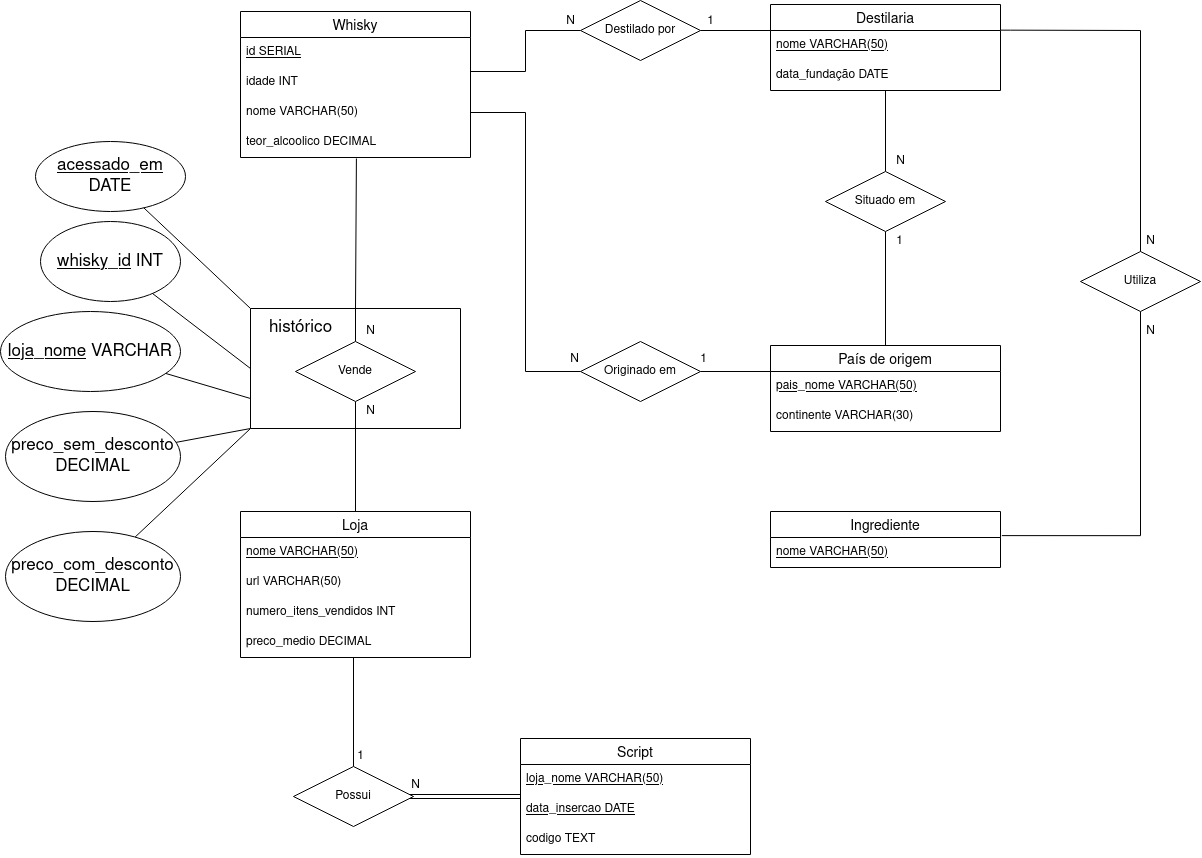
Before: diagrama-ER.png, a diagram exported from draw.io (felipedallmann/Trabalho_Banco_de_Dados). Source tidied: cells renumbered, new cells last; positions are measured from the earlier drawing's top-left corner, leaving out a move shared by most shapes.
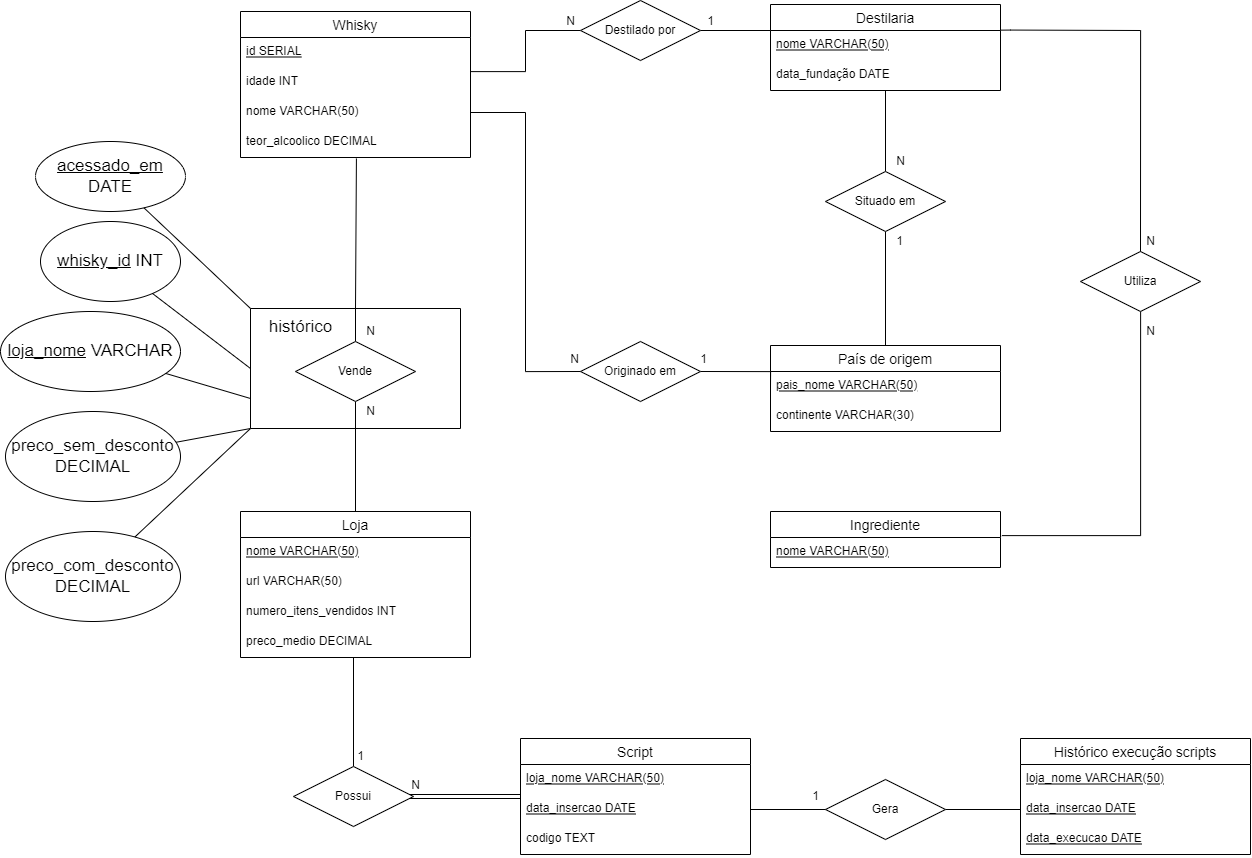
The same file after the commit.

Commit message:
adicionar execução de scripts no diagrama-ER

Diff of the diagram source:
```diff
@@ -229,5 +229,29 @@
     <mxCell id="65" value="1" style="text;html=1;align=center;verticalAlign=middle;strokeColor=none;fillColor=none;" parent="1" vertex="1">
       <mxGeometry x="350" y="746" width="20" height="20" as="geometry" />
     </mxCell>
+    <mxCell id="66" value="Histórico execução scripts" style="swimlane;fontStyle=0;horizontal=1;startSize=26;align=center;fontSize=14;" parent="1" vertex="1">
+      <mxGeometry x="1020" y="738" width="230" height="116" as="geometry" />
+    </mxCell>
+    <mxCell id="67" value="loja_nome VARCHAR(50)" style="text;strokeColor=none;fillColor=none;spacingLeft=4;spacingRight=4;overflow=hidden;fontSize=12;fontStyle=4;" parent="66" vertex="1">
+      <mxGeometry y="26" width="230" height="30" as="geometry" />
+    </mxCell>
+    <mxCell id="68" value="data_insercao DATE" style="text;strokeColor=none;fillColor=none;spacingLeft=4;spacingRight=4;overflow=hidden;points=[[0,0.5],[1,0.5]];portConstraint=eastwest;fontSize=12;fontStyle=4;" parent="66" vertex="1">
+      <mxGeometry y="56" width="230" height="30" as="geometry" />
+    </mxCell>
+    <mxCell id="69" value="data_execucao DATE" style="text;strokeColor=none;fillColor=none;spacingLeft=4;spacingRight=4;overflow=hidden;fontSize=12;fontStyle=4;" parent="66" vertex="1">
+      <mxGeometry y="86" width="230" height="30" as="geometry" />
+    </mxCell>
+    <mxCell id="70" style="edgeStyle=orthogonalEdgeStyle;rounded=0;jettySize=auto;html=1;exitX=1;exitY=0.5;exitDx=0;exitDy=0;entryX=0;entryY=0.5;entryDx=0;entryDy=0;endArrow=none;endFill=0;" parent="1" edge="1" source="71" target="68">
+      <mxGeometry relative="1" as="geometry" />
+    </mxCell>
+    <mxCell id="71" value="Gera" style="shape=rhombus;perimeter=rhombusPerimeter;whiteSpace=wrap;html=1;align=center;" parent="1" vertex="1">
+      <mxGeometry x="825" y="779" width="120" height="60" as="geometry" />
+    </mxCell>
+    <mxCell id="72" style="edgeStyle=orthogonalEdgeStyle;rounded=0;jettySize=auto;html=1;exitX=1;exitY=0.5;exitDx=0;exitDy=0;entryX=0;entryY=0.5;entryDx=0;entryDy=0;endArrow=none;endFill=0;" parent="1" edge="1" source="59" target="71">
+      <mxGeometry relative="1" as="geometry" />
+    </mxCell>
+    <mxCell id="73" value="1" style="text;html=1;align=center;verticalAlign=middle;strokeColor=none;fillColor=none;" parent="1" vertex="1">
+      <mxGeometry x="805" y="786" width="20" height="20" as="geometry" />
+    </mxCell>
   </root>
 </mxGraphModel>
```
